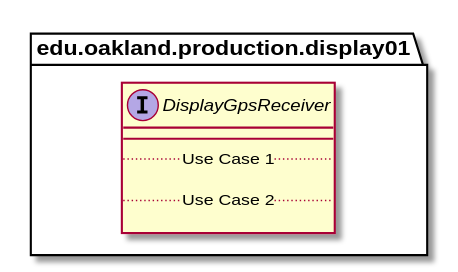
Above: docs/uml-class-diagrams/display01/production/DisplayGpsReceiver/DisplayGpsReceiver.svg in andrewdimmer/csi-3370-software-project (PlantUML), before the change.
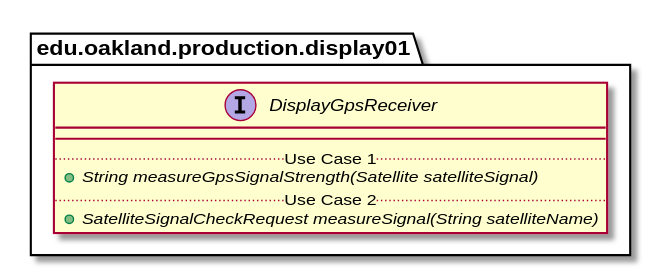
Above is the later version.

The edit, as a diff of the source:
```diff
@@ -4,9 +4,9 @@
     interface DisplayGpsReceiver {
         __
         .. Use Case 1 ..
-
+        {abstract} + String measureGpsSignalStrength(Satellite satelliteSignal)
         .. Use Case 2 ..
-
+        {abstract} + SatelliteSignalCheckRequest measureSignal(String satelliteName)
     }
 }
 
```
